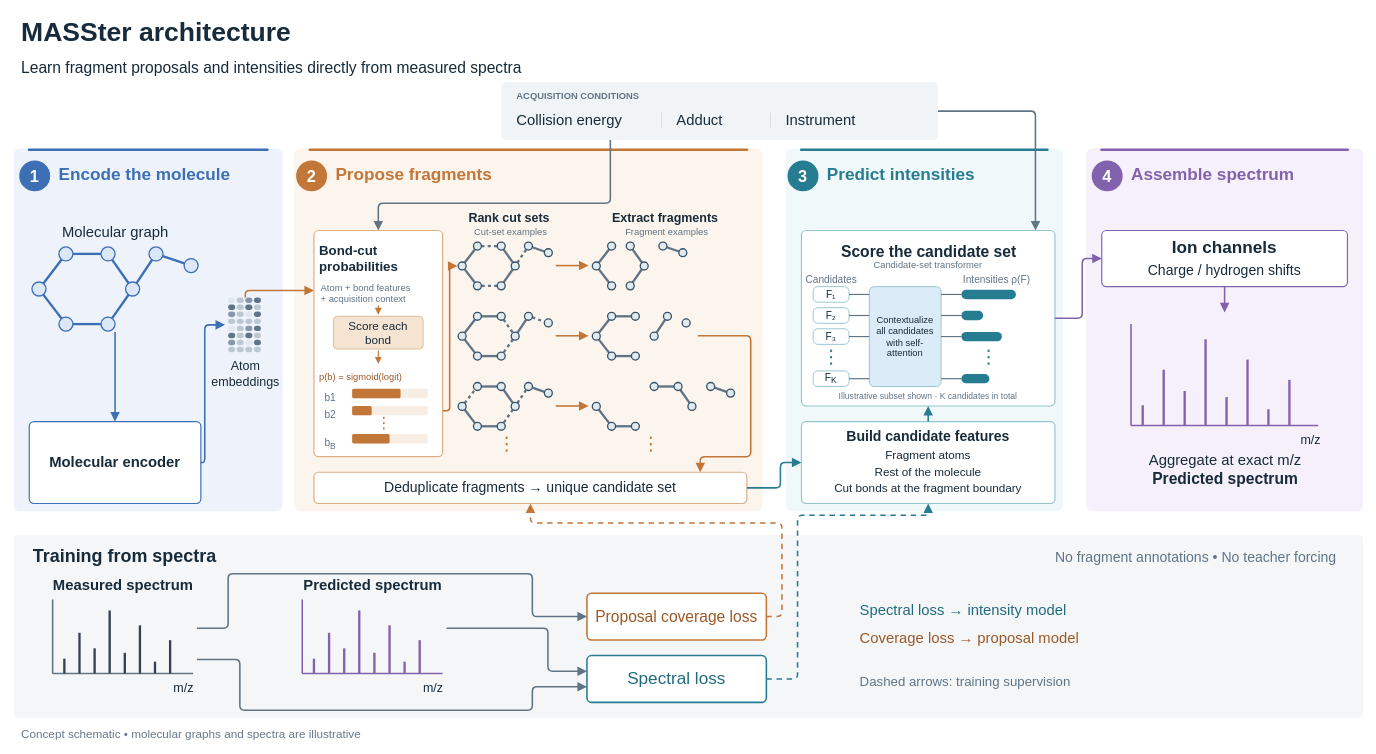
LZhang98/fragnnet keeps this draw.io diagram as page "MASSter architecture" (1 of 3) of docs/figures/masster_figures.drawio. Above is the earlier version. Source tidied: cells renumbered, new cells numbered last; positions are measured from the earlier drawing's top-left corner, leaving out a move shared by most shapes. Both pictures are drawn from the tidied source at 78%, with x=0, y=0 at pixel (13, 13).
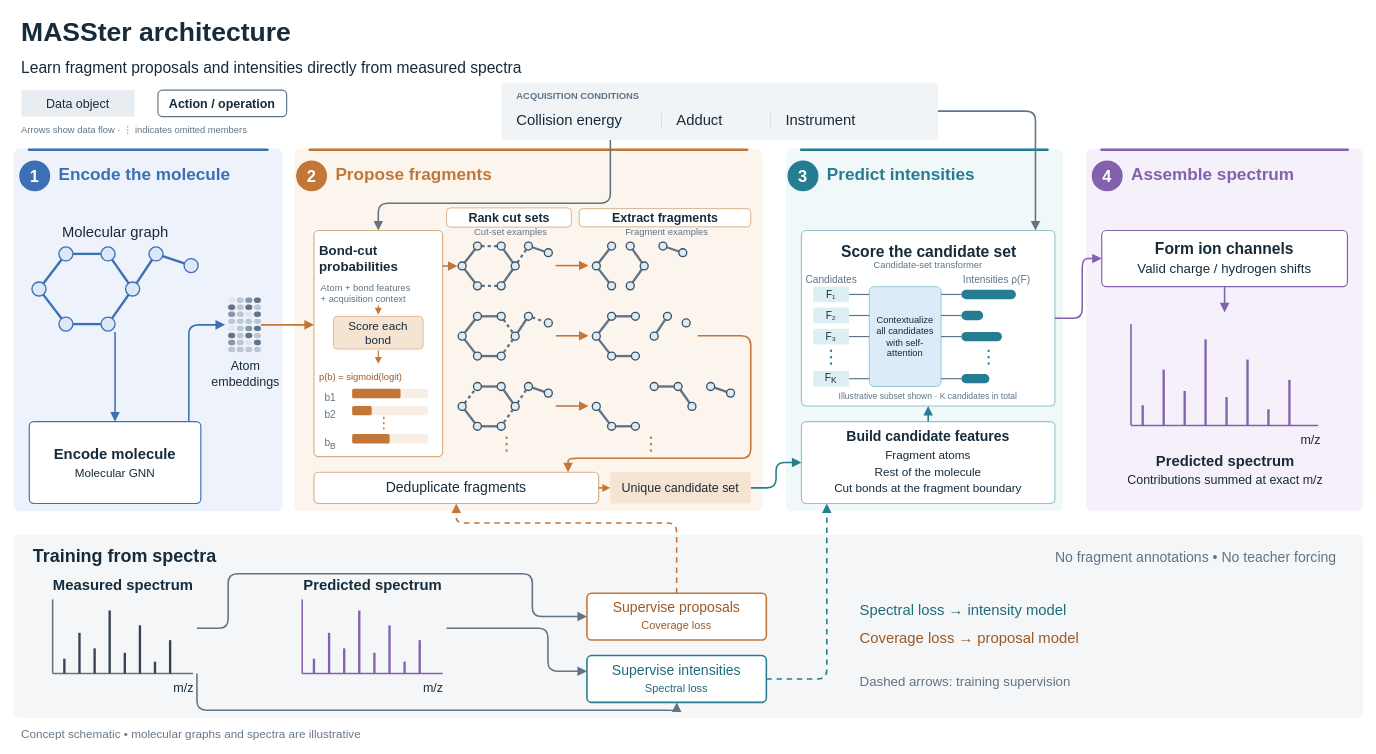
The same page after the edit.

Unchanged cells that the change refers to:
```xml
<mxCell id="11" style="rounded=1;absoluteArcSize=1;arcSize=12;html=1;fillColor=#F1F4F7;strokeColor=none;" parent="1" vertex="1">
  <mxGeometry x="625" y="88" width="560" height="74" as="geometry" />
</mxCell>
<mxCell id="50" style="rounded=1;absoluteArcSize=1;arcSize=12;whiteSpace=wrap;html=1;fillColor=#FFFFFF;strokeColor=#D9AE85;strokeWidth=1.5;fontFamily=Arial;fontSize=19;fontStyle=1;fontColor=#172B3A;" parent="1" vertex="1">
  <mxGeometry x="385" y="278" width="165" height="290" as="geometry" />
</mxCell>
<mxCell id="75" style="rounded=1;absoluteArcSize=1;arcSize=12;whiteSpace=wrap;html=1;fillColor=#FFFFFF;strokeColor=#94C5CF;strokeWidth=1.5;fontFamily=Arial;fontSize=16;fontStyle=0;fontColor=#172B3A;verticalAlign=top;" parent="1" vertex="1">
  <mxGeometry x="1010" y="278" width="325" height="225" as="geometry" />
</mxCell>
<mxCell id="78" value="&lt;b&gt;Build candidate features&lt;/b&gt;&lt;br&gt;&lt;span style=&quot;font-size:15px;font-weight:normal;line-height:1.35&quot;&gt;Fragment atoms&lt;br&gt;Rest of the molecule&lt;br&gt;Cut bonds at the fragment boundary&lt;/span&gt;" style="rounded=1;absoluteArcSize=1;arcSize=12;whiteSpace=wrap;html=1;fillColor=#FFFFFF;strokeColor=#94C5CF;strokeWidth=1.5;fontFamily=Arial;fontSize=18;fontStyle=0;fontColor=#172B3A;spacing=8;" parent="1" vertex="1">
  <mxGeometry x="1010" y="523" width="325" height="105" as="geometry" />
</mxCell>
<mxCell id="264" style="group;" parent="1" vertex="1">
  <mxGeometry x="1025" y="350" width="260" height="128" as="geometry" />
</mxCell>
```

What changed in the source:
```diff
@@
-    <mxCell id="18" style="edgeStyle=orthogonalEdgeStyle;rounded=1;arcSize=12;html=1;strokeColor=#607486;strokeWidth=2;endArrow=block;endFill=1;endSize=7;startArrow=none;exitX=0.25;exitY=1;exitDx=0;exitDy=0;exitPerimeter=0;entryX=0.5;entryY=0;entryDx=0;entryDy=0;entryPerimeter=0;" parent="1" edge="1" source="11" target="50">
+    <mxCell id="18" style="html=1;strokeColor=#607486;strokeWidth=2;endArrow=block;endFill=1;endSize=7;startArrow=none;exitX=0.25;exitY=1;exitDx=0;exitDy=0;exitPerimeter=0;entryX=0.5;entryY=0;entryDx=0;entryDy=0;entryPerimeter=0;edgeStyle=none;rounded=1;curved=0;arcSize=24;" parent="1" edge="1" source="11" target="50">
       <mxGeometry relative="1" as="geometry">
         <Array as="points">
           <mxPoint x="765" y="243" />
           <mxPoint x="467.5" y="243" />
         </Array>
       </mxGeometry>
     </mxCell>
-    <mxCell id="19" style="edgeStyle=orthogonalEdgeStyle;rounded=1;arcSize=12;html=1;strokeColor=#607486;strokeWidth=2;endArrow=block;endFill=1;endSize=7;startArrow=none;exitX=1;exitY=0.5;exitDx=0;exitDy=0;exitPerimeter=0;entryX=0.9231;entryY=0;entryDx=0;entryDy=0;entryPerimeter=0;" parent="1" edge="1" source="11" target="75">
+    <mxCell id="19" style="html=1;strokeColor=#607486;strokeWidth=2;endArrow=block;endFill=1;endSize=7;startArrow=none;exitX=1;exitY=0.5;exitDx=0;exitDy=0;exitPerimeter=0;entryX=0.9231;entryY=0;entryDx=0;entryDy=0;entryPerimeter=0;edgeStyle=none;rounded=1;curved=0;arcSize=24;" parent="1" edge="1" source="11" target="75">
       <mxGeometry relative="1" as="geometry">
         <Array as="points">
           <mxPoint x="1310" y="125" />
         </Array>
       </mxGeometry>
     </mxCell>
@@
-    <mxCell id="46" value="Molecular encoder" style="rounded=1;absoluteArcSize=1;arcSize=12;whiteSpace=wrap;html=1;fillColor=#FFFFFF;strokeWidth=1.5;fontFamily=Arial;fontSize=19;fontStyle=1;fontColor=#172B3A;strokeColor=#3D6FB4;" parent="1" vertex="1">
+    <mxCell id="46" value="Encode molecule&lt;br&gt;&lt;span style=&quot;font-size:15px;font-weight:normal&quot;&gt;Molecular GNN&lt;/span&gt;" style="rounded=1;absoluteArcSize=1;arcSize=12;whiteSpace=wrap;html=1;fillColor=#FFFFFF;strokeWidth=1.5;fontFamily=Arial;fontSize=19;fontStyle=1;fontColor=#172B3A;strokeColor=#3D6FB4;" parent="1" vertex="1">
       <mxGeometry x="20" y="523" width="220" height="105" as="geometry" />
     </mxCell>
@@
-    <mxCell id="48" style="edgeStyle=orthogonalEdgeStyle;rounded=1;arcSize=12;html=1;strokeWidth=2;endArrow=block;endFill=1;endSize=7;startArrow=none;exitX=1;exitDx=0;exitDy=0;exitPerimeter=0;strokeColor=#3D6FB4;exitY=0.5;" parent="1" edge="1" source="46">
+    <mxCell id="48" style="html=1;strokeWidth=2;endArrow=block;endFill=1;endSize=7;startArrow=none;exitDx=0;exitDy=0;exitPerimeter=0;strokeColor=#3D6FB4;edgeStyle=none;rounded=1;curved=0;arcSize=24;exitX=0.93;exitY=0;" parent="1" edge="1" source="46">
       <mxGeometry relative="1" as="geometry">
         <mxPoint x="271" y="399" as="targetPoint" />
         <Array as="points">
-          <mxPoint x="245" y="575.5" />
-          <mxPoint x="245" y="399" />
+          <mxPoint x="224.6" y="399" />
         </Array>
       </mxGeometry>
     </mxCell>
@@
+    <mxCell id="284" value="⋮" style="text;html=1;align=center;verticalAlign=middle;spacing=0;whiteSpace=wrap;fontFamily=Arial;fontSize=20;fontColor=#C27638;" parent="50" vertex="1">
+      <mxGeometry x="55" y="236" width="70" height="20" as="geometry" />
+    </mxCell>
-    <mxCell id="66" style="edgeStyle=orthogonalEdgeStyle;rounded=1;arcSize=12;html=1;strokeColor=#C27638;strokeWidth=2;endArrow=block;endFill=1;endSize=7;startArrow=none;entryX=0;entryDx=0;entryDy=0;entryPerimeter=0;entryY=0.265517;" parent="1" edge="1" target="50">
+    <mxCell id="66" style="html=1;strokeColor=#C27638;strokeWidth=2;endArrow=block;endFill=1;endSize=7;startArrow=none;entryX=0;entryDx=0;entryDy=0;entryPerimeter=0;edgeStyle=none;rounded=1;curved=0;arcSize=24;entryY=0.41724137931034483;" parent="1" edge="1" target="50">
       <mxGeometry relative="1" as="geometry">
-        <mxPoint x="297" y="364" as="sourcePoint" />
-        <Array as="points">
-          <mxPoint x="297" y="355" />
-        </Array>
+        <mxPoint x="317" y="399" as="sourcePoint" />
       </mxGeometry>
     </mxCell>
-    <mxCell id="67" value="Rank cut sets" style="text;html=1;align=center;verticalAlign=middle;whiteSpace=nowrap;spacing=0;fontFamily=Arial;fontSize=16;fontStyle=1;fontColor=#172B3A;" parent="1" vertex="1">
+    <mxCell id="67" value="Rank cut sets" style="html=1;align=center;verticalAlign=middle;whiteSpace=nowrap;spacing=0;fontFamily=Arial;fontSize=16;fontStyle=1;fontColor=#172B3A;rounded=1;absoluteArcSize=1;arcSize=10;fillColor=#FFFFFF;strokeColor=#D9AE85;strokeWidth=1.2;" parent="1" vertex="1">
       <mxGeometry x="555" y="249" width="160" height="24.7" as="geometry" />
     </mxCell>
-    <mxCell id="68" style="edgeStyle=orthogonalEdgeStyle;rounded=1;arcSize=8;html=1;strokeColor=#C27638;strokeWidth=2;endArrow=block;endFill=1;endSize=7;startArrow=none;exitX=1;exitDx=0;exitDy=0;exitPerimeter=0;exitY=0.796552;" parent="1" edge="1" source="50">
+    <mxCell id="68" style="html=1;strokeColor=#C27638;strokeWidth=2;endArrow=block;endFill=1;endSize=7;startArrow=none;exitX=1;exitDx=0;exitDy=0;exitPerimeter=0;edgeStyle=none;rounded=1;curved=0;arcSize=24;exitY=0.15689655172413794;" parent="1" edge="1" source="50">
       <mxGeometry relative="1" as="geometry">
         <mxPoint x="569" y="323.5" as="targetPoint" />
-        <Array as="points">
-          <mxPoint x="559" y="509" />
-          <mxPoint x="559" y="323.5" />
-        </Array>
       </mxGeometry>
     </mxCell>
-    <mxCell id="69" value="Extract fragments" style="text;html=1;align=center;verticalAlign=middle;whiteSpace=nowrap;spacing=0;fontFamily=Arial;fontSize=16;fontStyle=1;fontColor=#172B3A;" parent="1" vertex="1">
+    <mxCell id="69" value="Extract fragments" style="html=1;align=center;verticalAlign=middle;whiteSpace=nowrap;spacing=0;fontFamily=Arial;fontSize=16;fontStyle=1;fontColor=#172B3A;rounded=1;absoluteArcSize=1;arcSize=10;fillColor=#FFFFFF;strokeColor=#D9AE85;strokeWidth=1.2;" parent="1" vertex="1">
       <mxGeometry x="725" y="250" width="220" height="23.4" as="geometry" />
     </mxCell>
@@
-    <mxCell id="73" value="Deduplicate fragments → unique candidate set" style="rounded=1;absoluteArcSize=1;arcSize=12;whiteSpace=wrap;html=1;fillColor=#FFFFFF;strokeColor=#D9AE85;strokeWidth=1.5;fontFamily=Arial;fontSize=18;fontStyle=0;fontColor=#172B3A;" parent="1" vertex="1">
-      <mxGeometry x="385" y="588" width="555" height="40" as="geometry" />
+    <mxCell id="73" value="Deduplicate fragments" style="rounded=1;absoluteArcSize=1;arcSize=12;whiteSpace=wrap;html=1;fillColor=#FFFFFF;strokeColor=#D9AE85;strokeWidth=1.5;fontFamily=Arial;fontSize=18;fontStyle=0;fontColor=#172B3A;" parent="1" vertex="1">
+      <mxGeometry x="385" y="588" width="365" height="40" as="geometry" />
     </mxCell>
-    <mxCell id="74" style="edgeStyle=orthogonalEdgeStyle;rounded=1;arcSize=12;html=1;strokeColor=#C27638;strokeWidth=2;endArrow=block;endFill=1;endSize=7;startArrow=none;entryX=0.8925;entryY=0;entryDx=0;entryDy=0;entryPerimeter=0;" parent="1" edge="1" target="73">
+    <mxCell id="74" style="html=1;strokeColor=#C27638;strokeWidth=2;endArrow=block;endFill=1;endSize=7;startArrow=none;entryX=0.8925;entryY=0;entryDx=0;entryDy=0;entryPerimeter=0;edgeStyle=none;rounded=1;curved=0;arcSize=24;" parent="1" edge="1" target="73">
       <mxGeometry relative="1" as="geometry">
         <mxPoint x="877" y="413" as="sourcePoint" />
         <Array as="points">
           <mxPoint x="945" y="413" />
-          <mxPoint x="945" y="568" />
-          <mxPoint x="880.3" y="568" />
+          <mxPoint x="945" y="570" />
+          <mxPoint x="710.8" y="570" />
         </Array>
       </mxGeometry>
     </mxCell>
@@
-    <mxCell id="77" style="edgeStyle=orthogonalEdgeStyle;rounded=1;arcSize=12;html=1;strokeColor=#267D91;strokeWidth=2;endArrow=block;endFill=1;endSize=7;startArrow=none;exitX=1;exitY=0.5;exitDx=0;exitDy=0;exitPerimeter=0;entryX=0;entryY=0.5;entryDx=0;entryDy=0;entryPerimeter=0;" parent="1" edge="1" source="73" target="78">
+    <mxCell id="77" style="html=1;strokeColor=#267D91;strokeWidth=2;endArrow=block;endFill=1;endSize=7;startArrow=none;exitX=1;exitY=0.5;exitDx=0;exitDy=0;exitPerimeter=0;entryX=0;entryY=0.5;entryDx=0;entryDy=0;entryPerimeter=0;edgeStyle=none;rounded=1;curved=0;arcSize=24;" parent="1" edge="1" source="294" target="78">
       <mxGeometry relative="1" as="geometry">
         <Array as="points">
-          <mxPoint x="983" y="608" />
-          <mxPoint x="983" y="575.5" />
+          <mxPoint x="977.5" y="608" />
+          <mxPoint x="977.5" y="575.5" />
         </Array>
       </mxGeometry>
     </mxCell>
@@
-    <mxCell id="80" value="Ion channels&lt;br&gt;&lt;font style=&quot;font-size:18px&quot;&gt;&lt;span style=&quot;font-weight:normal&quot;&gt;Charge / hydrogen shifts&lt;/span&gt;&lt;/font&gt;" style="rounded=1;absoluteArcSize=1;arcSize=12;whiteSpace=wrap;html=1;fillColor=#FFFFFF;strokeWidth=1.5;fontFamily=Arial;fontSize=22;fontStyle=1;fontColor=#172B3A;strokeColor=#8261AD;" parent="1" vertex="1">
+    <mxCell id="80" value="Form ion channels&lt;br&gt;&lt;span style=&quot;font-size:17px;font-weight:normal&quot;&gt;Valid charge / hydrogen shifts&lt;/span&gt;" style="rounded=1;absoluteArcSize=1;arcSize=12;whiteSpace=wrap;html=1;fillColor=#FFFFFF;strokeWidth=1.5;fontFamily=Arial;fontStyle=1;fontColor=#172B3A;strokeColor=#8261AD;fontSize=20;" parent="1" vertex="1">
       <mxGeometry x="1395" y="278" width="315" height="72" as="geometry" />
     </mxCell>
-    <mxCell id="81" style="edgeStyle=orthogonalEdgeStyle;rounded=1;arcSize=12;html=1;strokeWidth=2;endArrow=block;endFill=1;endSize=7;startArrow=none;exitX=1;exitY=0.5;exitDx=0;exitDy=0;exitPerimeter=0;entryX=0;entryY=0.5;entryDx=0;entryDy=0;entryPerimeter=0;strokeColor=#8261AD;" parent="1" edge="1" source="75" target="80">
+    <mxCell id="81" style="html=1;strokeWidth=2;endArrow=block;endFill=1;endSize=7;startArrow=none;exitX=1;exitY=0.5;exitDx=0;exitDy=0;exitPerimeter=0;entryX=0;entryY=0.5;entryDx=0;entryDy=0;entryPerimeter=0;strokeColor=#8261AD;edgeStyle=none;rounded=1;curved=0;arcSize=24;" parent="1" edge="1" source="75" target="80">
       <mxGeometry relative="1" as="geometry">
         <Array as="points">
           <mxPoint x="1370" y="390.5" />
           <mxPoint x="1370" y="314" />
         </Array>
       </mxGeometry>
     </mxCell>
@@
-    <mxCell id="95" value="Aggregate at exact m/z&lt;br&gt;&lt;font style=&quot;font-size:20px&quot;&gt;&lt;b&gt;Predicted spectrum&lt;/b&gt;&lt;/font&gt;" style="text;html=1;align=center;verticalAlign=middle;whiteSpace=nowrap;spacing=0;fontFamily=Arial;fontSize=19;fontStyle=0;fontColor=#172B3A;" parent="1" vertex="1">
+    <mxCell id="95" value="&lt;b&gt;Predicted spectrum&lt;/b&gt;&lt;br&gt;&lt;span style=&quot;font-size:16px&quot;&gt;Contributions summed at exact m/z&lt;/span&gt;" style="text;html=1;align=center;verticalAlign=middle;whiteSpace=nowrap;spacing=0;fontFamily=Arial;fontSize=19;fontStyle=0;fontColor=#172B3A;" parent="1" vertex="1">
       <mxGeometry x="1395" y="559" width="315" height="52.7" as="geometry" />
     </mxCell>
@@
-    <mxCell id="125" value="Proposal coverage loss" style="rounded=1;absoluteArcSize=1;arcSize=12;whiteSpace=wrap;html=1;fillColor=#ffffff;strokeColor=#C27638;strokeWidth=2;fontFamily=Arial;fontSize=20;fontStyle=0;fontColor=#9B5927;" parent="1" vertex="1">
+    <mxCell id="125" value="Supervise proposals&lt;br&gt;&lt;span style=&quot;font-size:14px&quot;&gt;Coverage loss&lt;/span&gt;" style="rounded=1;absoluteArcSize=1;arcSize=12;whiteSpace=wrap;html=1;fillColor=#ffffff;strokeColor=#C27638;strokeWidth=2;fontFamily=Arial;fontStyle=0;fontColor=#9B5927;fontSize=18;" parent="1" vertex="1">
       <mxGeometry x="735" y="743" width="230" height="60" as="geometry" />
     </mxCell>
-    <mxCell id="126" value="Spectral loss" style="rounded=1;absoluteArcSize=1;arcSize=12;whiteSpace=wrap;html=1;fillColor=#ffffff;strokeColor=#267D91;strokeWidth=2;fontFamily=Arial;fontSize=22;fontStyle=0;fontColor=#206B7C;" parent="1" vertex="1">
+    <mxCell id="126" value="Supervise intensities&lt;br&gt;&lt;span style=&quot;font-size:14px&quot;&gt;Spectral loss&lt;/span&gt;" style="rounded=1;absoluteArcSize=1;arcSize=12;whiteSpace=wrap;html=1;fillColor=#ffffff;strokeColor=#267D91;strokeWidth=2;fontFamily=Arial;fontStyle=0;fontColor=#206B7C;fontSize=18;" parent="1" vertex="1">
       <mxGeometry x="735" y="823" width="230" height="60" as="geometry" />
     </mxCell>
-    <mxCell id="127" style="edgeStyle=orthogonalEdgeStyle;rounded=1;arcSize=12;html=1;strokeColor=#607486;strokeWidth=2;endArrow=block;endFill=1;endSize=7;startArrow=none;entryX=0;entryY=0.5;entryDx=0;entryDy=0;entryPerimeter=0;" parent="1" edge="1" target="125">
+    <mxCell id="127" style="html=1;strokeColor=#607486;strokeWidth=2;endArrow=block;endFill=1;endSize=7;startArrow=none;entryX=0;entryY=0.5;entryDx=0;entryDy=0;entryPerimeter=0;edgeStyle=none;rounded=1;curved=0;arcSize=24;" parent="1" edge="1" target="125">
       <mxGeometry relative="1" as="geometry">
         <mxPoint x="235" y="788" as="sourcePoint" />
         <Array as="points">
           <mxPoint x="275" y="788" />
           <mxPoint x="275" y="718" />
           <mxPoint x="665" y="718" />
           <mxPoint x="665" y="773" />
         </Array>
       </mxGeometry>
     </mxCell>
-    <mxCell id="128" style="edgeStyle=orthogonalEdgeStyle;rounded=1;arcSize=12;html=1;strokeColor=#607486;strokeWidth=2;endArrow=block;endFill=1;endSize=7;startArrow=none;entryX=0;entryY=0.3333;entryDx=0;entryDy=0;entryPerimeter=0;" parent="1" edge="1" target="126">
+    <mxCell id="128" style="html=1;strokeColor=#607486;strokeWidth=2;endArrow=block;endFill=1;endSize=7;startArrow=none;entryX=0;entryY=0.3333;entryDx=0;entryDy=0;entryPerimeter=0;edgeStyle=none;rounded=1;curved=0;arcSize=24;" parent="1" edge="1" target="126">
       <mxGeometry relative="1" as="geometry">
         <mxPoint x="555" y="788" as="sourcePoint" />
         <Array as="points">
           <mxPoint x="685" y="788" />
           <mxPoint x="685" y="843" />
         </Array>
       </mxGeometry>
     </mxCell>
-    <mxCell id="129" style="edgeStyle=orthogonalEdgeStyle;rounded=1;arcSize=12;html=1;strokeColor=#607486;strokeWidth=2;endArrow=block;endFill=1;endSize=7;startArrow=none;entryX=0;entryY=0.6667;entryDx=0;entryDy=0;entryPerimeter=0;" parent="1" edge="1" target="126">
+    <mxCell id="129" style="html=1;strokeColor=#607486;strokeWidth=2;endArrow=block;endFill=1;endSize=7;startArrow=none;entryDx=0;entryDy=0;entryPerimeter=0;edgeStyle=none;rounded=1;curved=0;arcSize=24;entryX=0.5;entryY=1;" parent="1" edge="1" target="126">
       <mxGeometry relative="1" as="geometry">
-        <mxPoint x="235" y="828" as="sourcePoint" />
+        <mxPoint x="235" y="846" as="sourcePoint" />
         <Array as="points">
-          <mxPoint x="290" y="828" />
-          <mxPoint x="290" y="893" />
-          <mxPoint x="665" y="893" />
-          <mxPoint x="665" y="863" />
+          <mxPoint x="235" y="893" />
+          <mxPoint x="850" y="893" />
         </Array>
       </mxGeometry>
     </mxCell>
@@
-    <mxCell id="133" style="edgeStyle=orthogonalEdgeStyle;rounded=1;arcSize=12;html=1;strokeColor=#267D91;strokeWidth=2;endArrow=block;endFill=1;endSize=7;startArrow=none;dashed=1;dashPattern=7 6;fixDash=1;exitX=1;exitY=0.5;exitDx=0;exitDy=0;exitPerimeter=0;entryX=0.5;entryY=1;entryDx=0;entryDy=0;entryPerimeter=0;" parent="1" edge="1" source="126" target="78">
+    <mxCell id="133" style="html=1;strokeColor=#267D91;strokeWidth=2;endArrow=block;endFill=1;endSize=7;startArrow=none;dashed=1;dashPattern=7 6;fixDash=1;exitX=1;exitY=0.5;exitDx=0;exitDy=0;exitPerimeter=0;entryDx=0;entryDy=0;entryPerimeter=0;edgeStyle=none;rounded=1;curved=0;arcSize=24;entryX=0.1;entryY=1;" parent="1" edge="1" source="126" target="78">
       <mxGeometry relative="1" as="geometry">
         <Array as="points">
-          <mxPoint x="1005" y="853" />
-          <mxPoint x="1005" y="643" />
-          <mxPoint x="1172.5" y="643" />
+          <mxPoint x="1042.5" y="853" />
         </Array>
       </mxGeometry>
     </mxCell>
-    <mxCell id="134" style="edgeStyle=orthogonalEdgeStyle;rounded=1;arcSize=12;html=1;strokeColor=#C27638;strokeWidth=2;endArrow=block;endFill=1;endSize=7;startArrow=none;dashed=1;dashPattern=7 6;fixDash=1;exitX=1;exitY=0.5;exitDx=0;exitDy=0;exitPerimeter=0;entryX=0.5;entryY=1;entryDx=0;entryDy=0;entryPerimeter=0;" parent="1" edge="1" source="125" target="73">
+    <mxCell id="134" style="html=1;strokeColor=#C27638;strokeWidth=2;endArrow=block;endFill=1;endSize=7;startArrow=none;dashed=1;dashPattern=7 6;fixDash=1;exitDx=0;exitDy=0;exitPerimeter=0;entryX=0.5;entryY=1;entryDx=0;entryDy=0;entryPerimeter=0;edgeStyle=none;rounded=1;curved=0;arcSize=24;exitX=0.5;exitY=0;" parent="1" edge="1" source="125" target="73">
       <mxGeometry relative="1" as="geometry">
         <Array as="points">
-          <mxPoint x="985" y="773" />
-          <mxPoint x="985" y="653" />
-          <mxPoint x="662.5" y="653" />
+          <mxPoint x="850" y="653" />
+          <mxPoint x="567.5" y="653" />
         </Array>
       </mxGeometry>
     </mxCell>
@@
-    <mxCell id="266" value="F₁" style="rounded=1;absoluteArcSize=1;arcSize=12;whiteSpace=wrap;html=1;fillColor=#ffffff;strokeColor=#94C5CF;strokeWidth=1.2;fontFamily=Arial;fontSize=13;fontStyle=0;fontColor=#172B3A;" parent="264" vertex="1">
+    <mxCell id="266" value="F₁" style="absoluteArcSize=1;arcSize=12;whiteSpace=wrap;html=1;strokeWidth=1.2;fontFamily=Arial;fontSize=13;fontStyle=0;fontColor=#172B3A;rounded=0;fillColor=#DCEFF2;strokeColor=none;" parent="264" vertex="1">
       <mxGeometry width="46" height="20" as="geometry" />
     </mxCell>
@@
-    <mxCell id="270" value="F₂" style="rounded=1;absoluteArcSize=1;arcSize=12;whiteSpace=wrap;html=1;fillColor=#ffffff;strokeColor=#94C5CF;strokeWidth=1.2;fontFamily=Arial;fontSize=13;fontStyle=0;fontColor=#172B3A;" parent="264" vertex="1">
+    <mxCell id="270" value="F₂" style="absoluteArcSize=1;arcSize=12;whiteSpace=wrap;html=1;strokeWidth=1.2;fontFamily=Arial;fontSize=13;fontStyle=0;fontColor=#172B3A;rounded=0;fillColor=#DCEFF2;strokeColor=none;" parent="264" vertex="1">
       <mxGeometry y="27" width="46" height="20" as="geometry" />
     </mxCell>
@@
-    <mxCell id="274" value="F₃" style="rounded=1;absoluteArcSize=1;arcSize=12;whiteSpace=wrap;html=1;fillColor=#ffffff;strokeColor=#94C5CF;strokeWidth=1.2;fontFamily=Arial;fontSize=13;fontStyle=0;fontColor=#172B3A;" parent="264" vertex="1">
+    <mxCell id="274" value="F₃" style="absoluteArcSize=1;arcSize=12;whiteSpace=wrap;html=1;strokeWidth=1.2;fontFamily=Arial;fontSize=13;fontStyle=0;fontColor=#172B3A;rounded=0;fillColor=#DCEFF2;strokeColor=none;" parent="264" vertex="1">
       <mxGeometry y="54" width="46" height="20" as="geometry" />
     </mxCell>
@@
-    <mxCell id="280" value="F&lt;sub&gt;K&lt;/sub&gt;" style="rounded=1;absoluteArcSize=1;arcSize=12;whiteSpace=wrap;html=1;fillColor=#ffffff;strokeColor=#94C5CF;strokeWidth=1.2;fontFamily=Arial;fontSize=13;fontStyle=0;fontColor=#172B3A;" parent="264" vertex="1">
+    <mxCell id="280" value="F&lt;sub&gt;K&lt;/sub&gt;" style="absoluteArcSize=1;arcSize=12;whiteSpace=wrap;html=1;strokeWidth=1.2;fontFamily=Arial;fontSize=13;fontStyle=0;fontColor=#172B3A;rounded=0;fillColor=#DCEFF2;strokeColor=none;" parent="264" vertex="1">
       <mxGeometry y="108" width="46" height="20" as="geometry" />
     </mxCell>
@@
-    <mxCell id="284" value="⋮" style="text;html=1;align=center;verticalAlign=middle;spacing=0;whiteSpace=wrap;fontFamily=Arial;fontSize=20;fontColor=#C27638;" parent="50" vertex="1">
-      <mxGeometry x="55" y="236" width="70" height="20" as="geometry" />
-    </mxCell>
@@
+    <mxCell id="291" value="Data object" style="html=1;whiteSpace=wrap;fontFamily=Arial;fontColor=#172B3A;align=center;verticalAlign=middle;rounded=0;fillColor=#E8EDF2;strokeColor=none;fontSize=16;" parent="1" vertex="1">
+      <mxGeometry x="10" y="98" width="145" height="34" as="geometry" />
+    </mxCell>
+    <mxCell id="292" value="Action / operation" style="html=1;whiteSpace=wrap;fontFamily=Arial;fontColor=#172B3A;align=center;verticalAlign=middle;rounded=1;absoluteArcSize=1;arcSize=12;fillColor=#FFFFFF;strokeColor=#607486;strokeWidth=1.5;fontSize=16;fontStyle=1;" parent="1" vertex="1">
+      <mxGeometry x="185" y="98" width="165" height="34" as="geometry" />
+    </mxCell>
+    <mxCell id="293" value="Arrows show data flow · ⋮ indicates omitted members" style="text;html=1;whiteSpace=wrap;fontFamily=Arial;fontColor=#172B3A;align=center;verticalAlign=middle;align=left;fontSize=12;fontColor=#607486;spacing=0;" parent="1" vertex="1">
+      <mxGeometry x="10" y="140" width="365" height="19" as="geometry" />
+    </mxCell>
+    <mxCell id="294" value="Unique candidate set" style="html=1;whiteSpace=wrap;fontFamily=Arial;fontColor=#172B3A;align=center;verticalAlign=middle;rounded=0;fillColor=#F6E4D3;strokeColor=none;fontSize=16;" parent="1" vertex="1">
+      <mxGeometry x="765" y="588" width="180" height="40" as="geometry" />
+    </mxCell>
+    <mxCell id="295" style="edgeStyle=none;html=1;strokeColor=#C27638;strokeWidth=2;endArrow=block;endFill=1;endSize=5;exitX=1;exitY=0.5;entryX=0;entryY=0.5;exitPerimeter=0;entryPerimeter=0;" parent="1" edge="1" source="73" target="294">
+      <mxGeometry relative="1" as="geometry" />
+    </mxCell>
```
